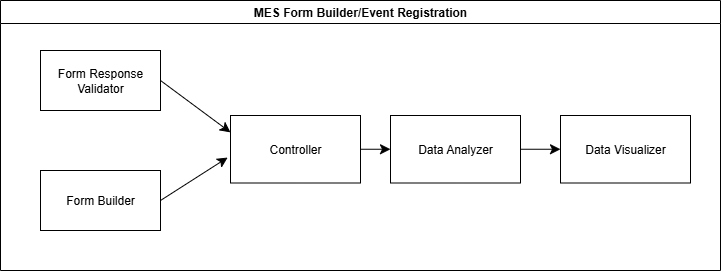
Before: docs/SRS-Volere/images/business_data_model.png, a diagram exported from draw.io (VirochaanRG/MES-Event-Management-System). Source tidied: cells renumbered, new cells last; positions are measured from the earlier drawing's top-left corner, leaving out a move shared by most shapes.
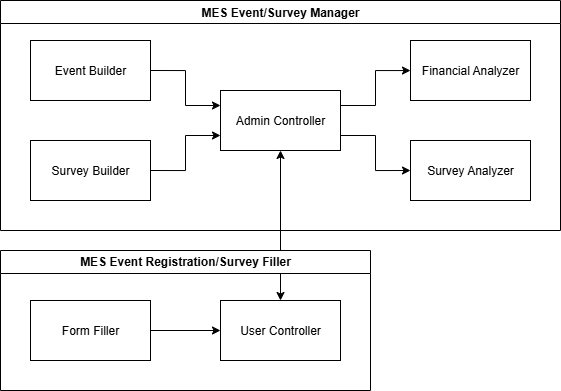
The same file after the commit.

What changed in the source:
```diff
@@ -2,35 +2,50 @@
   <root>
     <mxCell id="0" />
     <mxCell id="1" parent="0" />
-    <mxCell id="2" value="MES Form Builder/Event Registration" style="swimlane;whiteSpace=wrap;html=1;" parent="1" vertex="1">
-      <mxGeometry width="720" height="270" as="geometry" />
-    </mxCell>
-    <mxCell id="3" style="edgeStyle=none;curved=1;rounded=0;jettySize=auto;html=1;exitX=1;exitY=0.5;exitDx=0;exitDy=0;entryX=0;entryY=0.25;entryDx=0;entryDy=0;fontSize=12;startSize=8;endSize=8;" parent="2" edge="1" source="4" target="6">
-      <mxGeometry relative="1" as="geometry" />
-    </mxCell>
-    <mxCell id="4" value="Form Response Validator" style="rounded=0;whiteSpace=wrap;html=1;" parent="2" vertex="1">
-      <mxGeometry x="40" y="50" width="120" height="60" as="geometry" />
-    </mxCell>
-    <mxCell id="5" style="edgeStyle=none;curved=1;rounded=0;jettySize=auto;html=1;entryX=0;entryY=0.5;entryDx=0;entryDy=0;fontSize=12;startSize=8;endSize=8;" parent="2" edge="1" source="6" target="10">
-      <mxGeometry relative="1" as="geometry" />
-    </mxCell>
-    <mxCell id="6" value="Controller" style="rounded=0;whiteSpace=wrap;html=1;" parent="2" vertex="1">
-      <mxGeometry x="230" y="115" width="130" height="67.5" as="geometry" />
-    </mxCell>
-    <mxCell id="7" value="Form Builder" style="rounded=0;whiteSpace=wrap;html=1;" parent="2" vertex="1">
-      <mxGeometry x="40" y="170" width="120" height="60" as="geometry" />
-    </mxCell>
-    <mxCell id="8" style="edgeStyle=none;curved=1;rounded=0;jettySize=auto;html=1;exitX=1;exitY=0.5;exitDx=0;exitDy=0;entryX=-0.022;entryY=0.623;entryDx=0;entryDy=0;entryPerimeter=0;fontSize=12;startSize=8;endSize=8;" parent="2" edge="1" source="7" target="6">
-      <mxGeometry relative="1" as="geometry" />
-    </mxCell>
-    <mxCell id="9" style="edgeStyle=none;curved=1;rounded=0;jettySize=auto;html=1;exitX=1;exitY=0.5;exitDx=0;exitDy=0;entryX=0;entryY=0.5;entryDx=0;entryDy=0;fontSize=12;startSize=8;endSize=8;" parent="2" edge="1" source="10" target="11">
-      <mxGeometry relative="1" as="geometry" />
-    </mxCell>
-    <mxCell id="10" value="Data Analyzer" style="rounded=0;whiteSpace=wrap;html=1;" parent="2" vertex="1">
-      <mxGeometry x="390" y="115" width="130" height="67.5" as="geometry" />
-    </mxCell>
-    <mxCell id="11" value="Data Visualizer" style="rounded=0;whiteSpace=wrap;html=1;" parent="2" vertex="1">
-      <mxGeometry x="560" y="115" width="130" height="67.5" as="geometry" />
-    </mxCell>
+    <mxCell id="12" style="endArrow=classic;startArrow=classic;html=1;rounded=0;entryX=0.5;entryY=1;entryDx=0;entryDy=0;exitX=0.5;exitY=0;exitDx=0;exitDy=0;" parent="1" edge="1" source="26" target="20">
+      <mxGeometry relative="1" as="geometry" />
+    </mxCell>
+    <mxCell id="13" value="MES Event/Survey Manager" style="swimlane;whiteSpace=wrap;html=1;startSize=23;" parent="1" vertex="1">
+      <mxGeometry x="-880" y="-430" width="560" height="230" as="geometry" />
+    </mxCell>
+    <mxCell id="14" style="edgeStyle=orthogonalEdgeStyle;rounded=0;jettySize=auto;html=1;exitX=1;exitY=0.5;exitDx=0;exitDy=0;entryX=0;entryY=0.25;entryDx=0;entryDy=0;" parent="13" edge="1" source="15" target="20">
+      <mxGeometry relative="1" as="geometry" />
+    </mxCell>
+    <mxCell id="15" value="Event Builder" style="rounded=0;whiteSpace=wrap;html=1;" parent="13" vertex="1">
+      <mxGeometry x="30" y="40" width="120" height="60" as="geometry" />
+    </mxCell>
+    <mxCell id="16" style="edgeStyle=orthogonalEdgeStyle;rounded=0;jettySize=auto;html=1;exitX=1;exitY=0.5;exitDx=0;exitDy=0;entryX=0;entryY=0.75;entryDx=0;entryDy=0;" parent="13" edge="1" source="17" target="20">
+      <mxGeometry relative="1" as="geometry" />
+    </mxCell>
+    <mxCell id="17" value="Survey Builder" style="rounded=0;whiteSpace=wrap;html=1;" parent="13" vertex="1">
+      <mxGeometry x="30" y="140" width="120" height="60" as="geometry" />
+    </mxCell>
+    <mxCell id="18" style="edgeStyle=orthogonalEdgeStyle;rounded=0;jettySize=auto;html=1;exitX=1;exitY=0.25;exitDx=0;exitDy=0;" parent="13" edge="1" source="20" target="21">
+      <mxGeometry relative="1" as="geometry" />
+    </mxCell>
+    <mxCell id="19" style="edgeStyle=orthogonalEdgeStyle;rounded=0;jettySize=auto;html=1;exitX=1;exitY=0.75;exitDx=0;exitDy=0;entryX=0;entryY=0.5;entryDx=0;entryDy=0;" parent="13" edge="1" source="20" target="22">
+      <mxGeometry relative="1" as="geometry" />
+    </mxCell>
+    <mxCell id="20" value="Admin Controller" style="rounded=0;whiteSpace=wrap;html=1;" parent="13" vertex="1">
+      <mxGeometry x="220" y="90" width="120" height="60" as="geometry" />
+    </mxCell>
+    <mxCell id="21" value="Financial Analyzer" style="rounded=0;whiteSpace=wrap;html=1;" parent="13" vertex="1">
+      <mxGeometry x="410" y="40" width="120" height="60" as="geometry" />
+    </mxCell>
+    <mxCell id="22" value="Survey Analyzer" style="rounded=0;whiteSpace=wrap;html=1;" parent="13" vertex="1">
+      <mxGeometry x="410" y="140" width="120" height="60" as="geometry" />
+    </mxCell>
+    <mxCell id="23" value="MES Event Registration/Survey Filler" style="swimlane;whiteSpace=wrap;html=1;startSize=23;" parent="1" vertex="1">
+      <mxGeometry x="-880" y="-180" width="370" height="140" as="geometry" />
+    </mxCell>
+    <mxCell id="24" style="edgeStyle=orthogonalEdgeStyle;rounded=0;jettySize=auto;html=1;exitX=1;exitY=0.5;exitDx=0;exitDy=0;entryX=0;entryY=0.5;entryDx=0;entryDy=0;" parent="23" edge="1" source="25" target="26">
+      <mxGeometry relative="1" as="geometry" />
+    </mxCell>
+    <mxCell id="25" value="Form Filler" style="rounded=0;whiteSpace=wrap;html=1;" parent="23" vertex="1">
+      <mxGeometry x="30" y="50" width="120" height="60" as="geometry" />
+    </mxCell>
+    <mxCell id="26" value="User Controller" style="rounded=0;whiteSpace=wrap;html=1;" parent="23" vertex="1">
+      <mxGeometry x="220" y="50" width="120" height="60" as="geometry" />
+    </mxCell>
   </root>
 </mxGraphModel>
```
